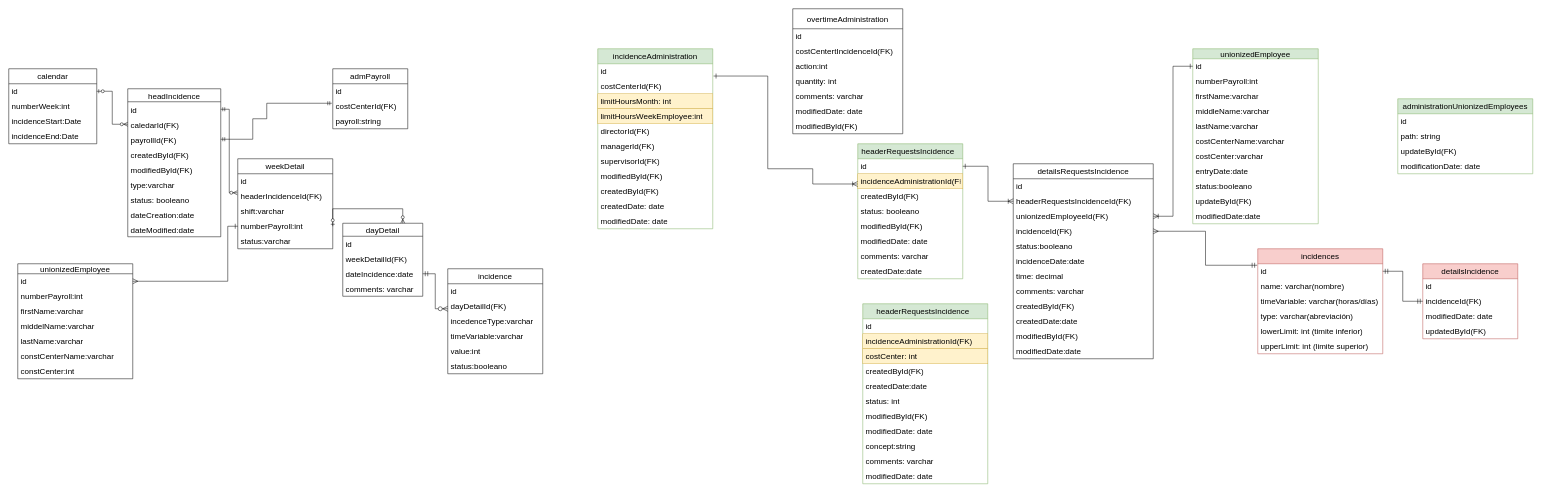
This is page "Page-RelationalDiagram" (1 of 2) of Untitled Diagram.drawio from SocorroGC30/prueba3, a draw.io file, before an edit. Source tidied: cells renumbered, new cells numbered last; positions are measured from the earlier drawing's top-left corner, leaving out a move shared by most shapes. Both pictures are drawn from the tidied source at 50%, with x=0, y=0 at pixel (8, 8).
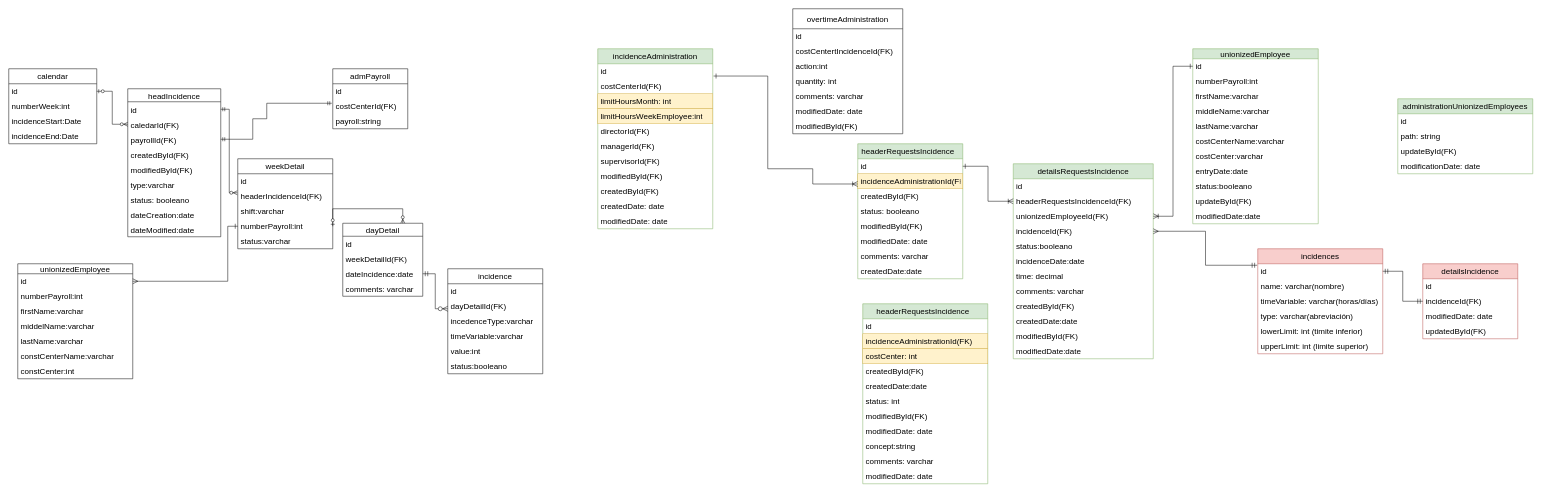
The same diagram, later.

The edit, as a diff of the source:
```diff
@@
-    <mxCell id="74" value="detailsRequestsIncidence" style="swimlane;fontStyle=0;horizontal=1;startSize=30;whiteSpace=wrap;html=1;fontSize=16;rounded=0;" parent="1" vertex="1">
+    <mxCell id="74" value="detailsRequestsIncidence" style="swimlane;fontStyle=0;horizontal=1;startSize=30;whiteSpace=wrap;html=1;fontSize=16;rounded=0;fillColor=#d5e8d4;strokeColor=#82b366;" parent="1" vertex="1">
       <mxGeometry x="2009" y="310" width="280" height="390" as="geometry" />
     </mxCell>
```
